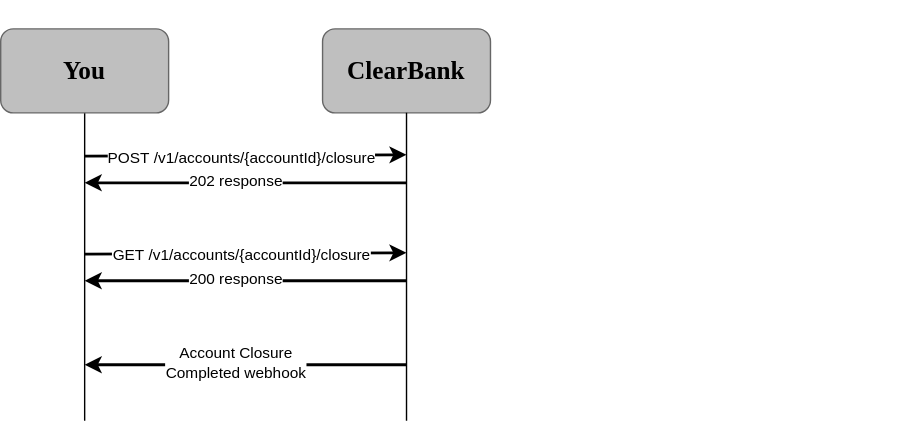
The draw.io diagram static/assets/images/cash-isa-close.svg in clearbank/clearbank.github.io, before a commit. Source tidied: cells renumbered, new cells last; positions are measured from the earlier drawing's top-left corner, leaving out a move shared by most shapes.
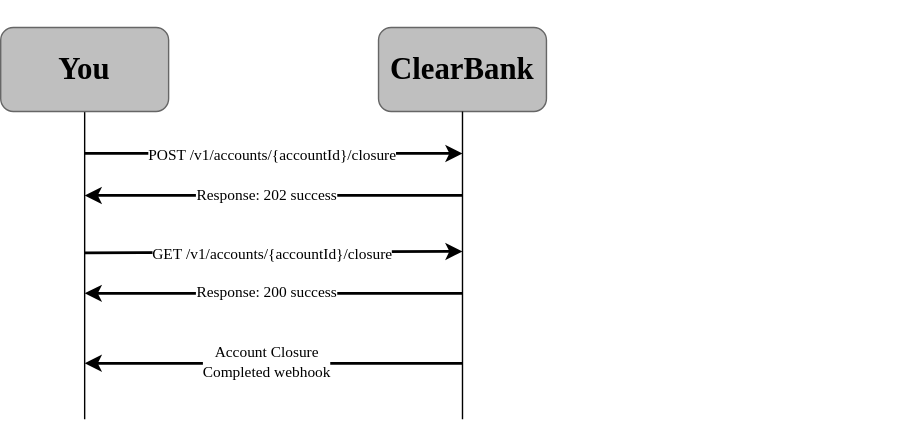
After the commit.

What changed in the source:
```diff
@@ -2,84 +2,84 @@
   <root>
     <mxCell id="0" />
     <mxCell id="1" parent="0" />
-    <mxCell id="2" value="ClearBank" style="rounded=1;whiteSpace=wrap;html=1;strokeColor=#666666;fillColor=#BFBFBF;gradientColor=none;fontFamily=Clear Sans Display;fontStyle=1;fontSize=18;" parent="1" vertex="1">
-      <mxGeometry x="230" y="20" width="120" height="60" as="geometry" />
+    <mxCell id="2" value="ClearBank" style="rounded=1;whiteSpace=wrap;html=1;strokeColor=#666666;fillColor=#BFBFBF;gradientColor=none;fontFamily=Clear Sans Display;fontStyle=1;fontSize=22;" parent="1" vertex="1">
+      <mxGeometry x="270" y="20" width="120" height="60" as="geometry" />
     </mxCell>
-    <mxCell id="3" style="edgeStyle=orthogonalEdgeStyle;rounded=0;jettySize=auto;html=1;endArrow=none;endFill=0;exitX=0.5;exitY=1;exitDx=0;exitDy=0;" parent="1" edge="1" source="2">
+    <mxCell id="3" style="edgeStyle=orthogonalEdgeStyle;rounded=0;jettySize=auto;html=1;endArrow=none;endFill=0;exitX=0.5;exitY=1;exitDx=0;exitDy=0;fontFamily=Clear Sans Text;" parent="1" edge="1" source="2">
       <mxGeometry relative="1" as="geometry">
-        <mxPoint x="290" y="300" as="targetPoint" />
+        <mxPoint x="330" y="300" as="targetPoint" />
         <Array as="points">
-          <mxPoint x="290" y="300" />
+          <mxPoint x="330" y="300" />
         </Array>
       </mxGeometry>
     </mxCell>
-    <mxCell id="4" style="edgeStyle=orthogonalEdgeStyle;rounded=0;jettySize=auto;html=1;endArrow=none;endFill=0;" parent="1" edge="1" source="5">
+    <mxCell id="4" style="edgeStyle=orthogonalEdgeStyle;rounded=0;jettySize=auto;html=1;endArrow=none;endFill=0;fontFamily=Clear Sans Text;" parent="1" edge="1" source="5">
       <mxGeometry relative="1" as="geometry">
         <mxPoint x="60" y="300" as="targetPoint" />
       </mxGeometry>
     </mxCell>
-    <mxCell id="5" value="You" style="rounded=1;whiteSpace=wrap;html=1;strokeColor=#666666;fillColor=#BFBFBF;gradientColor=none;fontFamily=Clear Sans Display;fontStyle=1;fontSize=18;" parent="1" vertex="1">
+    <mxCell id="5" value="You" style="rounded=1;whiteSpace=wrap;html=1;strokeColor=#666666;fillColor=#BFBFBF;gradientColor=none;fontFamily=Clear Sans Display;fontStyle=1;fontSize=22;" parent="1" vertex="1">
       <mxGeometry y="20" width="120" height="60" as="geometry" />
     </mxCell>
-    <mxCell id="6" style="endArrow=classic;html=1;rounded=0;strokeWidth=2;" parent="1" edge="1">
+    <mxCell id="6" style="endArrow=classic;html=1;rounded=0;strokeWidth=2;fontFamily=Clear Sans Text;" parent="1" edge="1">
       <mxGeometry relative="1" as="geometry">
-        <mxPoint x="60" y="111" as="sourcePoint" />
-        <mxPoint x="290" y="110" as="targetPoint" />
+        <mxPoint x="60" y="110" as="sourcePoint" />
+        <mxPoint x="330" y="110" as="targetPoint" />
       </mxGeometry>
     </mxCell>
-    <mxCell id="7" value="POST&amp;nbsp;/v1/accounts/{accountId}/closure" style="edgeLabel;html=1;align=center;verticalAlign=middle;" parent="6" vertex="1">
+    <mxCell id="7" value="POST&amp;nbsp;/v1/accounts/{accountId}/closure" style="edgeLabel;html=1;align=center;verticalAlign=middle;fontFamily=Clear Sans Text;" parent="6" vertex="1">
       <mxGeometry x="0.09" y="-1" relative="1" as="geometry">
         <mxPoint x="-13" as="offset" />
       </mxGeometry>
     </mxCell>
-    <mxCell id="8" style="endArrow=classic;html=1;rounded=0;strokeWidth=2;" parent="1" edge="1">
+    <mxCell id="8" style="endArrow=classic;html=1;rounded=0;strokeWidth=2;fontFamily=Clear Sans Text;" parent="1" edge="1">
       <mxGeometry relative="1" as="geometry">
-        <mxPoint x="290" y="130" as="sourcePoint" />
-        <mxPoint x="60" y="130" as="targetPoint" />
+        <mxPoint x="330" y="140" as="sourcePoint" />
+        <mxPoint x="60" y="140" as="targetPoint" />
       </mxGeometry>
     </mxCell>
-    <mxCell id="9" value="202 response" style="edgeLabel;html=1;align=center;verticalAlign=middle;" parent="8" vertex="1">
+    <mxCell id="9" value="Response: 202 success" style="edgeLabel;html=1;align=center;verticalAlign=middle;fontFamily=Clear Sans Text;" parent="8" vertex="1">
       <mxGeometry x="0.09" y="-1" relative="1" as="geometry">
-        <mxPoint x="3" as="offset" />
+        <mxPoint x="7" y="1" as="offset" />
       </mxGeometry>
     </mxCell>
-    <mxCell id="10" style="endArrow=classic;html=1;rounded=0;strokeWidth=2;" parent="1" edge="1">
+    <mxCell id="10" style="endArrow=classic;html=1;rounded=0;strokeWidth=2;fontFamily=Clear Sans Text;" parent="1" edge="1">
       <mxGeometry relative="1" as="geometry">
         <mxPoint x="60" y="181" as="sourcePoint" />
-        <mxPoint x="290" y="180" as="targetPoint" />
+        <mxPoint x="330" y="180" as="targetPoint" />
       </mxGeometry>
     </mxCell>
-    <mxCell id="11" value="GET&amp;nbsp;/v1/accounts/{accountId}/closure" style="edgeLabel;html=1;align=center;verticalAlign=middle;" parent="10" vertex="1">
+    <mxCell id="11" value="GET&amp;nbsp;/v1/accounts/{accountId}/closure" style="edgeLabel;html=1;align=center;verticalAlign=middle;fontFamily=Clear Sans Text;" parent="10" vertex="1">
       <mxGeometry x="0.09" y="-1" relative="1" as="geometry">
         <mxPoint x="-13" as="offset" />
       </mxGeometry>
     </mxCell>
-    <mxCell id="12" style="endArrow=classic;html=1;rounded=0;strokeWidth=2;" parent="1" edge="1">
+    <mxCell id="12" style="endArrow=classic;html=1;rounded=0;strokeWidth=2;fontFamily=Clear Sans Text;" parent="1" edge="1">
       <mxGeometry relative="1" as="geometry">
-        <mxPoint x="290" y="200" as="sourcePoint" />
-        <mxPoint x="60" y="200" as="targetPoint" />
+        <mxPoint x="330" y="210" as="sourcePoint" />
+        <mxPoint x="60" y="210" as="targetPoint" />
       </mxGeometry>
     </mxCell>
-    <mxCell id="13" value="200 response" style="edgeLabel;html=1;align=center;verticalAlign=middle;" parent="12" vertex="1">
+    <mxCell id="13" value="Response: 200 success" style="edgeLabel;html=1;align=center;verticalAlign=middle;fontFamily=Clear Sans Text;" parent="12" vertex="1">
       <mxGeometry x="0.09" y="-1" relative="1" as="geometry">
-        <mxPoint x="3" as="offset" />
+        <mxPoint x="7" as="offset" />
       </mxGeometry>
     </mxCell>
     <mxCell id="14" style="rounded=1;whiteSpace=wrap;html=1;fillColor=none;strokeColor=none;" parent="1" vertex="1">
       <mxGeometry x="420" y="140" width="220" height="60" as="geometry" />
     </mxCell>
-    <mxCell id="15" style="endArrow=classic;html=1;rounded=0;strokeWidth=2;" parent="1" edge="1">
+    <mxCell id="15" style="endArrow=classic;html=1;rounded=0;strokeWidth=2;fontFamily=Clear Sans Text;" parent="1" edge="1">
       <mxGeometry relative="1" as="geometry">
-        <mxPoint x="290" y="260" as="sourcePoint" />
+        <mxPoint x="330" y="260" as="sourcePoint" />
         <mxPoint x="60" y="260" as="targetPoint" />
       </mxGeometry>
     </mxCell>
-    <mxCell id="16" value="Account Closure &lt;br&gt;Completed webhook" style="edgeLabel;html=1;align=center;verticalAlign=middle;" parent="15" vertex="1">
+    <mxCell id="16" value="Account Closure &lt;br&gt;Completed webhook" style="edgeLabel;html=1;align=center;verticalAlign=middle;fontFamily=Clear Sans Text;" parent="15" vertex="1">
       <mxGeometry x="0.09" y="-1" relative="1" as="geometry">
-        <mxPoint x="3" as="offset" />
+        <mxPoint x="7" as="offset" />
       </mxGeometry>
     </mxCell>
-    <mxCell id="17" style="rounded=0;whiteSpace=wrap;html=1;strokeColor=none;fillColor=none;" parent="1" vertex="1">
+    <mxCell id="17" style="rounded=0;whiteSpace=wrap;html=1;strokeColor=none;fillColor=none;fontFamily=Clear Sans Text;" parent="1" vertex="1">
       <mxGeometry x="110" width="120" height="20" as="geometry" />
     </mxCell>
   </root>
```
